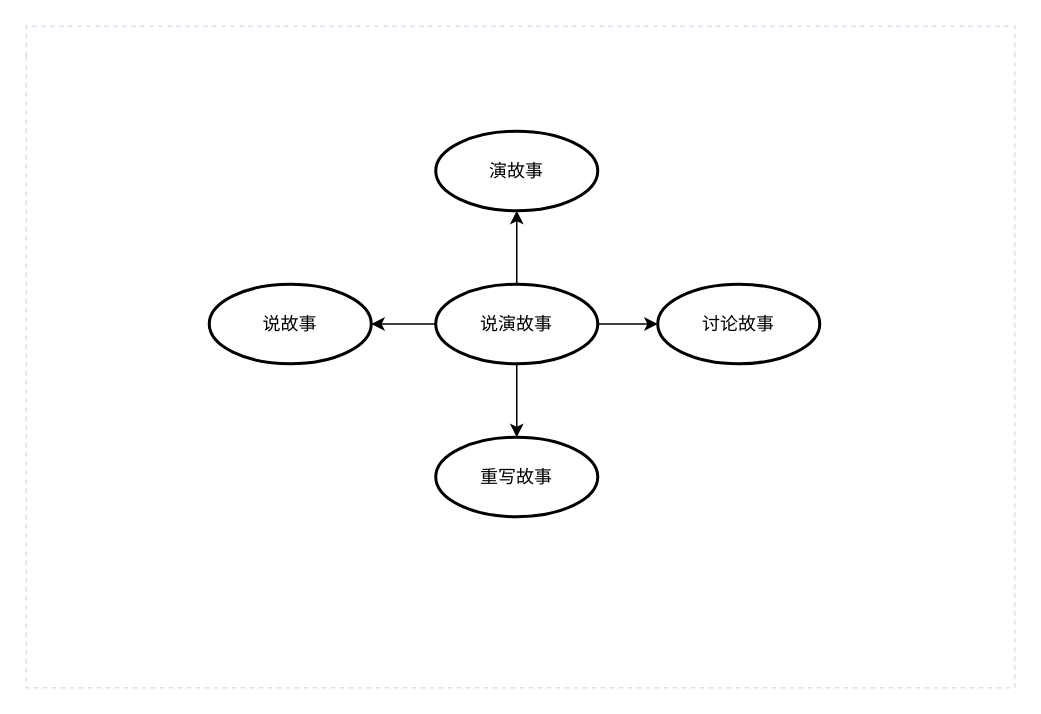
fourmia/Note keeps this draw.io diagram as 思维导图幼儿.drawio. Above is the earlier version. Source tidied: cells renumbered, new cells numbered last; positions are measured from the earlier drawing's top-left corner, leaving out a move shared by most shapes. Both pictures are drawn from the tidied source at 150%, with x=0, y=0 at pixel (26, 26).
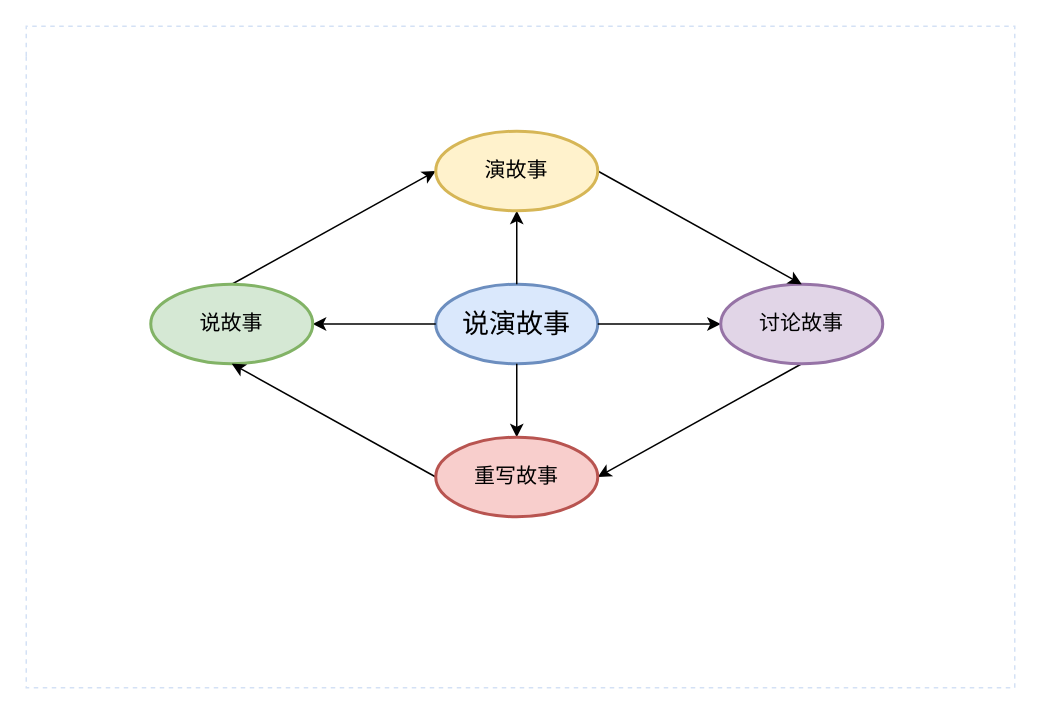
The same page after the edit.

Commit message (it also covers changes not shown here):
更新思维导图幼儿.drawio

The edit, as a diff of the source:
```diff
@@
 <mxGraphModel>
   <root>
     <mxCell id="0" />
     <mxCell id="1" parent="0" />
     <mxCell id="2" style="swimlane;html=1;startSize=20;horizontal=1;containerType=tree;labelBackgroundColor=none;strokeColor=#D4E1F5;strokeWidth=1;fillColor=none;fontFamily=Comic Sans MS;fontSize=9;swimlaneLine=0;dashed=1;" parent="1" vertex="1">
       <mxGeometry width="659" height="441" as="geometry" />
     </mxCell>
-    <mxCell id="3" value="&lt;font face=&quot;Comic Sans MS&quot;&gt;说演故事&lt;/font&gt;" style="ellipse;whiteSpace=wrap;html=1;align=center;strokeWidth=2;" parent="2" vertex="1">
+    <mxCell id="3" value="&lt;font style=&quot;font-size: 18px;&quot; face=&quot;Comic Sans MS&quot;&gt;说演故事&lt;/font&gt;" style="ellipse;whiteSpace=wrap;html=1;align=center;strokeWidth=2;fillColor=#dae8fc;strokeColor=#6c8ebf;" parent="2" vertex="1">
       <mxGeometry x="273" y="172" width="108" height="53" as="geometry" />
     </mxCell>
     <mxCell id="4" style="edgeStyle=orthogonalEdgeStyle;rounded=0;jettySize=auto;html=1;" parent="2" edge="1" source="3" target="5">
       <mxGeometry relative="1" as="geometry" />
     </mxCell>
+    <mxCell id="12" style="rounded=0;jettySize=auto;html=1;exitX=0.5;exitY=1;exitDx=0;exitDy=0;entryX=1;entryY=0.5;entryDx=0;entryDy=0;" parent="2" edge="1" source="5" target="11">
+      <mxGeometry relative="1" as="geometry" />
+    </mxCell>
-    <mxCell id="5" value="&lt;font face=&quot;Comic Sans MS&quot;&gt;讨论故事&lt;/font&gt;" style="ellipse;whiteSpace=wrap;html=1;align=center;strokeWidth=2;" parent="2" vertex="1">
-      <mxGeometry x="421" y="172" width="108" height="53" as="geometry" />
+    <mxCell id="5" value="&lt;font style=&quot;font-size: 14px;&quot; face=&quot;Comic Sans MS&quot;&gt;讨论故事&lt;/font&gt;" style="ellipse;whiteSpace=wrap;html=1;align=center;strokeWidth=2;fillColor=#e1d5e7;strokeColor=#9673a6;" parent="2" vertex="1">
+      <mxGeometry x="463" y="172" width="108" height="53" as="geometry" />
     </mxCell>
     <mxCell id="6" style="edgeStyle=orthogonalEdgeStyle;rounded=0;jettySize=auto;html=1;" parent="2" edge="1" source="3" target="7">
       <mxGeometry relative="1" as="geometry" />
     </mxCell>
+    <mxCell id="13" style="rounded=0;jettySize=auto;html=1;exitX=0.5;exitY=0;exitDx=0;exitDy=0;entryX=0;entryY=0.5;entryDx=0;entryDy=0;" parent="2" edge="1" source="7" target="9">
+      <mxGeometry relative="1" as="geometry" />
+    </mxCell>
-    <mxCell id="7" value="&lt;font face=&quot;Comic Sans MS&quot;&gt;说故事&lt;/font&gt;" style="ellipse;whiteSpace=wrap;html=1;align=center;strokeWidth=2;" parent="2" vertex="1">
-      <mxGeometry x="122" y="172" width="108" height="53" as="geometry" />
+    <mxCell id="7" value="&lt;font style=&quot;font-size: 14px;&quot; face=&quot;Comic Sans MS&quot;&gt;说故事&lt;/font&gt;" style="ellipse;whiteSpace=wrap;html=1;align=center;strokeWidth=2;fillColor=#d5e8d4;strokeColor=#82b366;" parent="2" vertex="1">
+      <mxGeometry x="83" y="172" width="108" height="53" as="geometry" />
     </mxCell>
     <mxCell id="8" style="edgeStyle=orthogonalEdgeStyle;rounded=0;jettySize=auto;html=1;" parent="2" edge="1" source="3" target="9">
       <mxGeometry relative="1" as="geometry" />
     </mxCell>
+    <mxCell id="14" style="rounded=0;jettySize=auto;html=1;exitX=1;exitY=0.5;exitDx=0;exitDy=0;entryX=0.5;entryY=0;entryDx=0;entryDy=0;flowAnimation=0;" parent="2" edge="1" source="9" target="5">
+      <mxGeometry relative="1" as="geometry" />
+    </mxCell>
-    <mxCell id="9" value="&lt;font face=&quot;Comic Sans MS&quot;&gt;演故事&lt;/font&gt;" style="ellipse;whiteSpace=wrap;html=1;align=center;strokeWidth=2;" parent="2" vertex="1">
+    <mxCell id="9" value="&lt;font style=&quot;font-size: 14px;&quot; face=&quot;Comic Sans MS&quot;&gt;演故事&lt;/font&gt;" style="ellipse;whiteSpace=wrap;html=1;align=center;strokeWidth=2;fillColor=#fff2cc;strokeColor=#d6b656;" parent="2" vertex="1">
       <mxGeometry x="273" y="70" width="108" height="53" as="geometry" />
     </mxCell>
     <mxCell id="10" style="edgeStyle=orthogonalEdgeStyle;rounded=0;jettySize=auto;html=1;" parent="2" edge="1" source="3" target="11">
       <mxGeometry relative="1" as="geometry" />
     </mxCell>
+    <mxCell id="15" style="rounded=0;jettySize=auto;html=1;exitX=0;exitY=0.5;exitDx=0;exitDy=0;entryX=0.5;entryY=1;entryDx=0;entryDy=0;" parent="2" edge="1" source="11" target="7">
+      <mxGeometry relative="1" as="geometry" />
+    </mxCell>
-    <mxCell id="11" value="&lt;font face=&quot;Comic Sans MS&quot;&gt;重写故事&lt;/font&gt;" style="ellipse;whiteSpace=wrap;html=1;align=center;strokeWidth=2;" parent="2" vertex="1">
+    <mxCell id="11" value="&lt;font style=&quot;font-size: 14px;&quot; face=&quot;Comic Sans MS&quot;&gt;重写故事&lt;/font&gt;" style="ellipse;whiteSpace=wrap;html=1;align=center;strokeWidth=2;fillColor=#f8cecc;strokeColor=#b85450;" parent="2" vertex="1">
       <mxGeometry x="273" y="274" width="108" height="53" as="geometry" />
     </mxCell>
   </root>
 </mxGraphModel>
```
